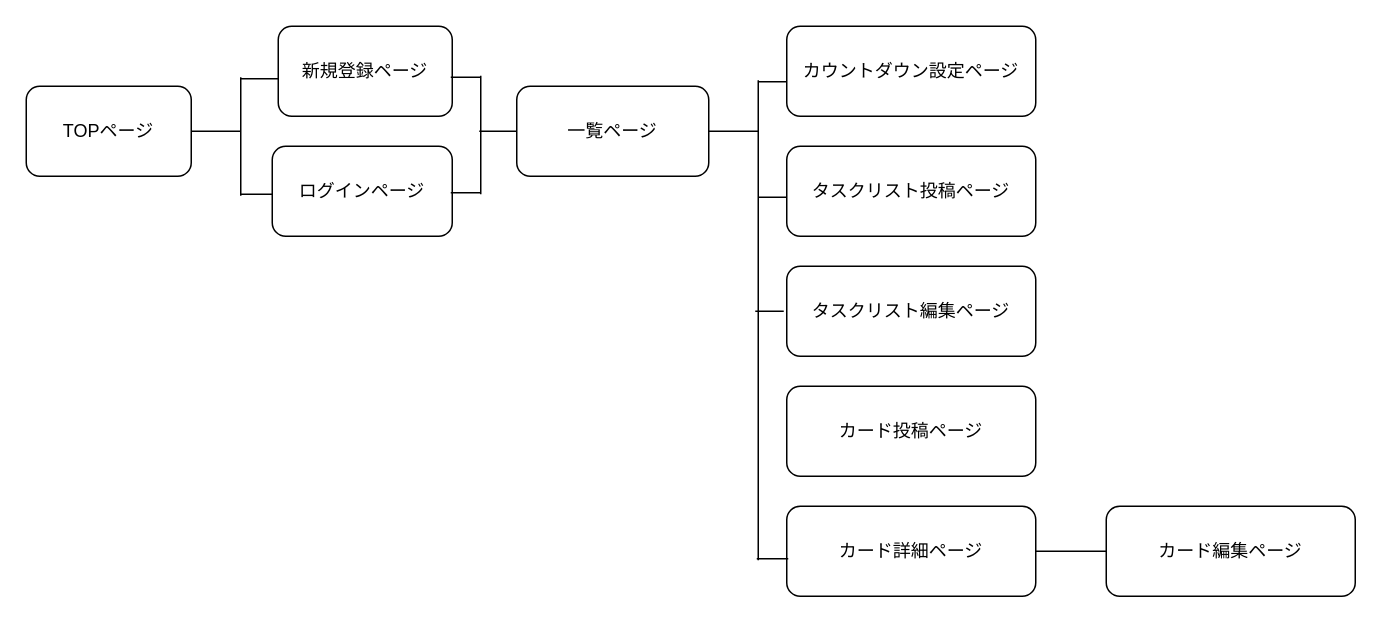
Before: page "ページ2" (2 of 2) of ER.dio in zskzsk92/sachi_plan, a draw.io diagram. Source tidied: cells renumbered, new cells numbered last; positions are measured from the earlier drawing's top-left corner, leaving out a move shared by most shapes. Both pictures are drawn from the tidied source at 150%, with x=0, y=0 at pixel (26, 26).
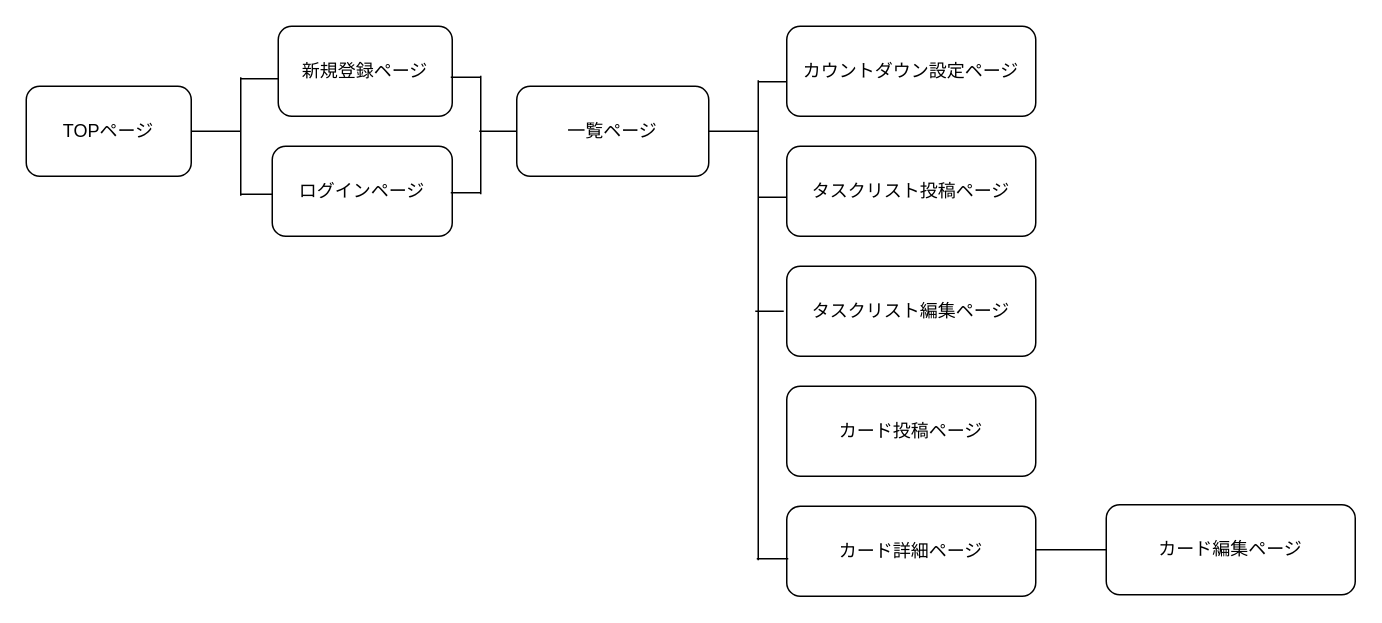
Above is the later version.

Unchanged cells that the change refers to:
```xml
<mxCell id="8" value="カード詳細ページ" style="rounded=1;whiteSpace=wrap;html=1;" parent="1" vertex="1">
  <mxGeometry x="507" y="320" width="166" height="60" as="geometry" />
</mxCell>
```

What changed in the source:
```diff
@@
     <mxCell id="11" value="カード編集ページ" style="rounded=1;whiteSpace=wrap;html=1;" parent="1" vertex="1">
-      <mxGeometry x="720" y="320" width="166" height="60" as="geometry" />
+      <mxGeometry x="720" y="319" width="166" height="60" as="geometry" />
     </mxCell>
@@
-    <mxCell id="17" style="endArrow=none;html=1;exitX=1;exitY=0.5;exitDx=0;exitDy=0;" parent="1" edge="1" source="8" target="11">
-      <mxGeometry relative="1" as="geometry" />
+    <mxCell id="17" style="endArrow=none;html=1;exitX=1;exitY=0.5;exitDx=0;exitDy=0;" parent="1" edge="1" target="11">
+      <mxGeometry relative="1" as="geometry">
+        <mxPoint x="673" y="349" as="sourcePoint" />
+      </mxGeometry>
     </mxCell>
```
